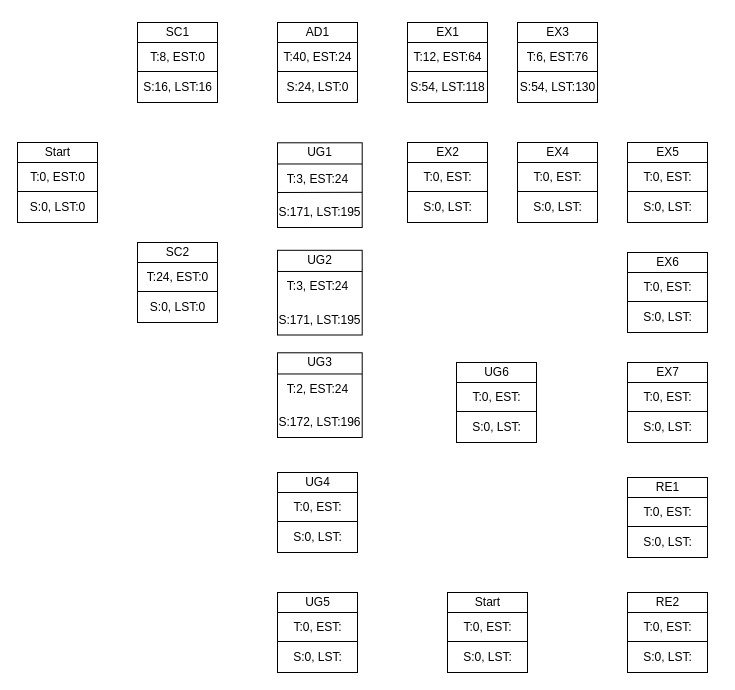
jonamadk/DrawIO keeps this draw.io diagram as CPM.drawio. Above is the earlier version. Source tidied: cells renumbered, new cells numbered last; positions are measured from the earlier drawing's top-left corner, leaving out a move shared by most shapes. Both pictures are drawn from the tidied source at 100%, with x=0, y=0 at pixel (17, 17).
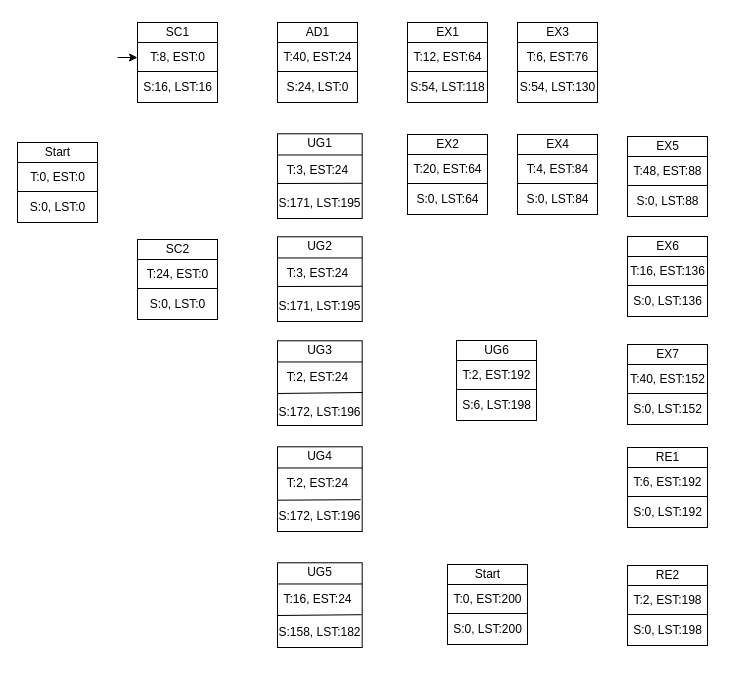
The same page after the edit.

The edit, as a diff of the source:
```diff
@@
     <mxCell id="9" style="group;" parent="1" vertex="1">
-      <mxGeometry x="120" y="220" width="80" height="85" as="geometry" />
+      <mxGeometry x="120" y="217" width="80" height="85" as="geometry" />
     </mxCell>
@@
     <mxCell id="23" style="group;" parent="1" vertex="1">
-      <mxGeometry x="390" y="120" width="80" height="85" as="geometry" />
+      <mxGeometry x="390" y="112" width="85" height="85" as="geometry" />
     </mxCell>
@@
-    <mxCell id="28" value="T:0, EST:" style="text;html=1;align=center;verticalAlign=middle;strokeColor=none;fillColor=none;" parent="23" vertex="1">
-      <mxGeometry x="5" y="25" width="70" height="30" as="geometry" />
+    <mxCell id="28" value="T:20, EST:64" style="text;html=1;align=center;verticalAlign=middle;strokeColor=none;fillColor=none;" parent="23" vertex="1">
+      <mxGeometry x="-5" y="25" width="90" height="30" as="geometry" />
     </mxCell>
-    <mxCell id="29" value="S:0, LST:" style="text;html=1;align=center;verticalAlign=middle;strokeColor=none;fillColor=none;" parent="23" vertex="1">
-      <mxGeometry x="5" y="55" width="70" height="30" as="geometry" />
+    <mxCell id="29" value="S:0, LST:64" style="text;html=1;align=center;verticalAlign=middle;strokeColor=none;fillColor=none;" parent="23" vertex="1">
+      <mxGeometry x="-5" y="55" width="90" height="30" as="geometry" />
     </mxCell>
-    <mxCell id="30" style="group;" parent="1" vertex="1">
-      <mxGeometry x="260" y="570" width="80" height="85" as="geometry" />
-    </mxCell>
-    <mxCell id="31" style="whiteSpace=wrap;html=1;" parent="30" vertex="1">
-      <mxGeometry y="5" width="80" height="80" as="geometry" />
-    </mxCell>
-    <mxCell id="32" style="endArrow=none;html=1;rounded=0;exitX=0;exitY=0.25;exitDx=0;exitDy=0;entryX=1;entryY=0.25;entryDx=0;entryDy=0;" parent="30" edge="1" source="31" target="31">
-      <mxGeometry relative="1" as="geometry" />
-    </mxCell>
-    <mxCell id="33" value="UG5" style="text;html=1;align=center;verticalAlign=middle;strokeColor=none;fillColor=none;" parent="30" vertex="1">
-      <mxGeometry x="15" width="50" height="30" as="geometry" />
-    </mxCell>
-    <mxCell id="34" style="endArrow=none;html=1;rounded=0;exitX=0;exitY=0.75;exitDx=0;exitDy=0;entryX=1;entryY=0.75;entryDx=0;entryDy=0;" parent="30" edge="1">
-      <mxGeometry relative="1" as="geometry">
-        <mxPoint y="54" as="sourcePoint" />
-        <mxPoint x="80" y="54" as="targetPoint" />
-      </mxGeometry>
-    </mxCell>
-    <mxCell id="35" value="T:0, EST:" style="text;html=1;align=center;verticalAlign=middle;strokeColor=none;fillColor=none;" parent="30" vertex="1">
-      <mxGeometry x="5" y="25" width="70" height="30" as="geometry" />
-    </mxCell>
-    <mxCell id="36" value="S:0, LST:" style="text;html=1;align=center;verticalAlign=middle;strokeColor=none;fillColor=none;" parent="30" vertex="1">
-      <mxGeometry x="5" y="55" width="70" height="30" as="geometry" />
-    </mxCell>
-    <mxCell id="37" style="group;" parent="1" vertex="1">
-      <mxGeometry x="260" y="450" width="80" height="85" as="geometry" />
-    </mxCell>
-    <mxCell id="38" style="whiteSpace=wrap;html=1;" parent="37" vertex="1">
-      <mxGeometry y="5" width="80" height="80" as="geometry" />
-    </mxCell>
-    <mxCell id="39" style="endArrow=none;html=1;rounded=0;exitX=0;exitY=0.25;exitDx=0;exitDy=0;entryX=1;entryY=0.25;entryDx=0;entryDy=0;" parent="37" edge="1" source="38" target="38">
-      <mxGeometry relative="1" as="geometry" />
-    </mxCell>
-    <mxCell id="40" value="UG4" style="text;html=1;align=center;verticalAlign=middle;strokeColor=none;fillColor=none;" parent="37" vertex="1">
-      <mxGeometry x="15" width="50" height="30" as="geometry" />
-    </mxCell>
-    <mxCell id="41" style="endArrow=none;html=1;rounded=0;exitX=0;exitY=0.75;exitDx=0;exitDy=0;entryX=1;entryY=0.75;entryDx=0;entryDy=0;" parent="37" edge="1">
-      <mxGeometry relative="1" as="geometry">
-        <mxPoint y="54" as="sourcePoint" />
-        <mxPoint x="80" y="54" as="targetPoint" />
-      </mxGeometry>
-    </mxCell>
-    <mxCell id="42" value="T:0, EST:" style="text;html=1;align=center;verticalAlign=middle;strokeColor=none;fillColor=none;" parent="37" vertex="1">
-      <mxGeometry x="5" y="25" width="70" height="30" as="geometry" />
-    </mxCell>
-    <mxCell id="43" value="S:0, LST:" style="text;html=1;align=center;verticalAlign=middle;strokeColor=none;fillColor=none;" parent="37" vertex="1">
-      <mxGeometry x="5" y="55" width="70" height="30" as="geometry" />
-    </mxCell>
-    <mxCell id="44" style="group;" parent="1" vertex="1">
-      <mxGeometry x="260" y="120" width="110" height="90" as="geometry" />
-    </mxCell>
-    <mxCell id="45" style="whiteSpace=wrap;html=1;" parent="44" vertex="1">
-      <mxGeometry y="5.3" width="84.7" height="84.7" as="geometry" />
-    </mxCell>
-    <mxCell id="46" style="endArrow=none;html=1;rounded=0;exitX=0;exitY=0.25;exitDx=0;exitDy=0;entryX=1;entryY=0.25;entryDx=0;entryDy=0;" parent="44" edge="1" source="45" target="45">
-      <mxGeometry relative="1" as="geometry" />
-    </mxCell>
-    <mxCell id="47" value="UG1" style="text;html=1;align=center;verticalAlign=middle;strokeColor=none;fillColor=none;" parent="44" vertex="1">
-      <mxGeometry x="17.4" width="50" height="30" as="geometry" />
-    </mxCell>
-    <mxCell id="48" value="S:171, LST:195" style="text;html=1;align=center;verticalAlign=middle;strokeColor=none;fillColor=none;" parent="44" vertex="1">
-      <mxGeometry x="-12.6" y="60" width="110" height="30" as="geometry" />
-    </mxCell>
-    <mxCell id="49" value="T:3, EST:24" style="text;html=1;align=center;verticalAlign=middle;strokeColor=none;fillColor=none;" parent="44" vertex="1">
-      <mxGeometry y="26.5" width="80" height="30" as="geometry" />
-    </mxCell>
@@
     <mxCell id="71" style="group;" parent="1" vertex="1">
-      <mxGeometry x="610" y="120" width="80" height="85" as="geometry" />
+      <mxGeometry x="610" y="114" width="85" height="85" as="geometry" />
     </mxCell>
@@
-    <mxCell id="76" value="T:0, EST:" style="text;html=1;align=center;verticalAlign=middle;strokeColor=none;fillColor=none;" parent="71" vertex="1">
-      <mxGeometry x="5" y="25" width="70" height="30" as="geometry" />
+    <mxCell id="76" value="T:48, EST:88" style="text;html=1;align=center;verticalAlign=middle;strokeColor=none;fillColor=none;" parent="71" vertex="1">
+      <mxGeometry x="-5" y="25" width="90" height="30" as="geometry" />
     </mxCell>
-    <mxCell id="77" value="S:0, LST:" style="text;html=1;align=center;verticalAlign=middle;strokeColor=none;fillColor=none;" parent="71" vertex="1">
-      <mxGeometry x="5" y="55" width="70" height="30" as="geometry" />
+    <mxCell id="77" value="S:0, LST:88" style="text;html=1;align=center;verticalAlign=middle;strokeColor=none;fillColor=none;" parent="71" vertex="1">
+      <mxGeometry x="-5" y="55" width="90" height="30" as="geometry" />
     </mxCell>
     <mxCell id="78" style="group;" parent="1" vertex="1">
-      <mxGeometry x="500" y="120" width="80" height="85" as="geometry" />
+      <mxGeometry x="500" y="112" width="85" height="85" as="geometry" />
     </mxCell>
@@
-    <mxCell id="83" value="T:0, EST:" style="text;html=1;align=center;verticalAlign=middle;strokeColor=none;fillColor=none;" parent="78" vertex="1">
-      <mxGeometry x="5" y="25" width="70" height="30" as="geometry" />
+    <mxCell id="83" value="T:4, EST:84" style="text;html=1;align=center;verticalAlign=middle;strokeColor=none;fillColor=none;" parent="78" vertex="1">
+      <mxGeometry y="25" width="80" height="30" as="geometry" />
     </mxCell>
-    <mxCell id="84" value="S:0, LST:" style="text;html=1;align=center;verticalAlign=middle;strokeColor=none;fillColor=none;" parent="78" vertex="1">
-      <mxGeometry x="5" y="55" width="70" height="30" as="geometry" />
+    <mxCell id="84" value="S:0, LST:84" style="text;html=1;align=center;verticalAlign=middle;strokeColor=none;fillColor=none;" parent="78" vertex="1">
+      <mxGeometry x="-5" y="55" width="90" height="30" as="geometry" />
     </mxCell>
     <mxCell id="85" style="group;" parent="1" vertex="1">
-      <mxGeometry x="610" y="570" width="80" height="85" as="geometry" />
+      <mxGeometry x="610" y="543" width="85" height="85" as="geometry" />
     </mxCell>
@@
-    <mxCell id="90" value="T:0, EST:" style="text;html=1;align=center;verticalAlign=middle;strokeColor=none;fillColor=none;" parent="85" vertex="1">
-      <mxGeometry x="5" y="25" width="70" height="30" as="geometry" />
+    <mxCell id="90" value="T:2, EST:198" style="text;html=1;align=center;verticalAlign=middle;strokeColor=none;fillColor=none;" parent="85" vertex="1">
+      <mxGeometry x="-5" y="25" width="90" height="30" as="geometry" />
     </mxCell>
-    <mxCell id="91" value="S:0, LST:" style="text;html=1;align=center;verticalAlign=middle;strokeColor=none;fillColor=none;" parent="85" vertex="1">
-      <mxGeometry x="5" y="55" width="70" height="30" as="geometry" />
+    <mxCell id="91" value="S:0, LST:198" style="text;html=1;align=center;verticalAlign=middle;strokeColor=none;fillColor=none;" parent="85" vertex="1">
+      <mxGeometry x="-5" y="55" width="90" height="30" as="geometry" />
     </mxCell>
     <mxCell id="92" style="group;" parent="1" vertex="1">
-      <mxGeometry x="610" y="455" width="80" height="85" as="geometry" />
+      <mxGeometry x="610" y="425" width="85" height="85" as="geometry" />
     </mxCell>
@@
-    <mxCell id="97" value="T:0, EST:" style="text;html=1;align=center;verticalAlign=middle;strokeColor=none;fillColor=none;" parent="92" vertex="1">
-      <mxGeometry x="5" y="25" width="70" height="30" as="geometry" />
+    <mxCell id="97" value="T:6, EST:192" style="text;html=1;align=center;verticalAlign=middle;strokeColor=none;fillColor=none;" parent="92" vertex="1">
+      <mxGeometry x="-5" y="25" width="90" height="30" as="geometry" />
     </mxCell>
-    <mxCell id="98" value="S:0, LST:" style="text;html=1;align=center;verticalAlign=middle;strokeColor=none;fillColor=none;" parent="92" vertex="1">
-      <mxGeometry x="5" y="55" width="70" height="30" as="geometry" />
+    <mxCell id="98" value="S:0, LST:192" style="text;html=1;align=center;verticalAlign=middle;strokeColor=none;fillColor=none;" parent="92" vertex="1">
+      <mxGeometry x="-5" y="55" width="90" height="30" as="geometry" />
     </mxCell>
     <mxCell id="99" style="group;" parent="1" vertex="1">
-      <mxGeometry x="610" y="340" width="80" height="85" as="geometry" />
+      <mxGeometry x="610" y="322" width="90" height="85" as="geometry" />
     </mxCell>
@@
-    <mxCell id="104" value="T:0, EST:" style="text;html=1;align=center;verticalAlign=middle;strokeColor=none;fillColor=none;" parent="99" vertex="1">
-      <mxGeometry x="5" y="25" width="70" height="30" as="geometry" />
+    <mxCell id="104" value="T:40, EST:152" style="text;html=1;align=center;verticalAlign=middle;strokeColor=none;fillColor=none;" parent="99" vertex="1">
+      <mxGeometry x="-10" y="25" width="100" height="30" as="geometry" />
     </mxCell>
-    <mxCell id="105" value="S:0, LST:" style="text;html=1;align=center;verticalAlign=middle;strokeColor=none;fillColor=none;" parent="99" vertex="1">
-      <mxGeometry x="5" y="55" width="70" height="30" as="geometry" />
+    <mxCell id="105" value="S:0, LST:152" style="text;html=1;align=center;verticalAlign=middle;strokeColor=none;fillColor=none;" parent="99" vertex="1">
+      <mxGeometry x="-5" y="55" width="90" height="30" as="geometry" />
     </mxCell>
     <mxCell id="106" style="group;" parent="1" vertex="1">
-      <mxGeometry x="610" y="230" width="80" height="85" as="geometry" />
+      <mxGeometry x="610" y="214" width="90" height="85" as="geometry" />
     </mxCell>
@@
-    <mxCell id="111" value="T:0, EST:" style="text;html=1;align=center;verticalAlign=middle;strokeColor=none;fillColor=none;" parent="106" vertex="1">
-      <mxGeometry x="5" y="25" width="70" height="30" as="geometry" />
+    <mxCell id="111" value="T:16, EST:136" style="text;html=1;align=center;verticalAlign=middle;strokeColor=none;fillColor=none;" parent="106" vertex="1">
+      <mxGeometry x="-10" y="25" width="100" height="30" as="geometry" />
     </mxCell>
-    <mxCell id="112" value="S:0, LST:" style="text;html=1;align=center;verticalAlign=middle;strokeColor=none;fillColor=none;" parent="106" vertex="1">
-      <mxGeometry x="5" y="55" width="70" height="30" as="geometry" />
+    <mxCell id="112" value="S:0, LST:136" style="text;html=1;align=center;verticalAlign=middle;strokeColor=none;fillColor=none;" parent="106" vertex="1">
+      <mxGeometry x="-5" y="55" width="90" height="30" as="geometry" />
     </mxCell>
     <mxCell id="113" style="group;" parent="1" vertex="1">
-      <mxGeometry x="439" y="340" width="80" height="85" as="geometry" />
+      <mxGeometry x="439" y="318" width="85" height="85" as="geometry" />
     </mxCell>
@@
-    <mxCell id="118" value="T:0, EST:" style="text;html=1;align=center;verticalAlign=middle;strokeColor=none;fillColor=none;" parent="113" vertex="1">
-      <mxGeometry x="5" y="25" width="70" height="30" as="geometry" />
+    <mxCell id="118" value="T:2, EST:192" style="text;html=1;align=center;verticalAlign=middle;strokeColor=none;fillColor=none;" parent="113" vertex="1">
+      <mxGeometry x="-5" y="25" width="90" height="30" as="geometry" />
     </mxCell>
-    <mxCell id="119" value="S:0, LST:" style="text;html=1;align=center;verticalAlign=middle;strokeColor=none;fillColor=none;" parent="113" vertex="1">
-      <mxGeometry x="5" y="55" width="70" height="30" as="geometry" />
+    <mxCell id="119" value="S:6, LST:198" style="text;html=1;align=center;verticalAlign=middle;strokeColor=none;fillColor=none;" parent="113" vertex="1">
+      <mxGeometry x="-5" y="55" width="90" height="30" as="geometry" />
     </mxCell>
     <mxCell id="120" style="group;" parent="1" vertex="1">
-      <mxGeometry x="430" y="570" width="80" height="85" as="geometry" />
+      <mxGeometry x="430" y="542" width="85" height="85" as="geometry" />
     </mxCell>
@@
-    <mxCell id="125" value="T:0, EST:" style="text;html=1;align=center;verticalAlign=middle;strokeColor=none;fillColor=none;" parent="120" vertex="1">
-      <mxGeometry x="5" y="25" width="70" height="30" as="geometry" />
+    <mxCell id="125" value="T:0, EST:200" style="text;html=1;align=center;verticalAlign=middle;strokeColor=none;fillColor=none;" parent="120" vertex="1">
+      <mxGeometry x="-5" y="25" width="90" height="30" as="geometry" />
     </mxCell>
-    <mxCell id="126" value="S:0, LST:" style="text;html=1;align=center;verticalAlign=middle;strokeColor=none;fillColor=none;" parent="120" vertex="1">
-      <mxGeometry x="5" y="55" width="70" height="30" as="geometry" />
+    <mxCell id="126" value="S:0, LST:200" style="text;html=1;align=center;verticalAlign=middle;strokeColor=none;fillColor=none;" parent="120" vertex="1">
+      <mxGeometry x="-5" y="55" width="90" height="30" as="geometry" />
     </mxCell>
-    <mxCell id="127" style="endArrow=none;html=1;rounded=0;entryX=1;entryY=0.75;entryDx=0;entryDy=0;" parent="1" edge="1">
-      <mxGeometry relative="1" as="geometry">
-        <mxPoint x="260" y="175" as="sourcePoint" />
-        <mxPoint x="344.7" y="174.8" as="targetPoint" />
-      </mxGeometry>
-    </mxCell>
-    <mxCell id="128" style="group;" parent="1" vertex="1">
-      <mxGeometry x="260" y="227.5" width="110" height="90" as="geometry" />
-    </mxCell>
-    <mxCell id="129" style="whiteSpace=wrap;html=1;" parent="128" vertex="1">
-      <mxGeometry y="5.3" width="84.7" height="84.7" as="geometry" />
-    </mxCell>
-    <mxCell id="130" style="endArrow=none;html=1;rounded=0;exitX=0;exitY=0.25;exitDx=0;exitDy=0;entryX=1;entryY=0.25;entryDx=0;entryDy=0;" parent="128" edge="1" source="129" target="129">
-      <mxGeometry relative="1" as="geometry" />
-    </mxCell>
-    <mxCell id="131" value="UG2" style="text;html=1;align=center;verticalAlign=middle;strokeColor=none;fillColor=none;" parent="128" vertex="1">
-      <mxGeometry x="17.4" width="50" height="30" as="geometry" />
-    </mxCell>
-    <mxCell id="132" value="S:171, LST:195" style="text;html=1;align=center;verticalAlign=middle;strokeColor=none;fillColor=none;" parent="128" vertex="1">
-      <mxGeometry x="-12.6" y="60" width="110" height="30" as="geometry" />
-    </mxCell>
-    <mxCell id="133" value="T:3, EST:24" style="text;html=1;align=center;verticalAlign=middle;strokeColor=none;fillColor=none;" parent="128" vertex="1">
-      <mxGeometry y="26.5" width="80" height="30" as="geometry" />
-    </mxCell>
     <mxCell id="134" style="group;" parent="1" vertex="1">
-      <mxGeometry x="260" y="330" width="110" height="90" as="geometry" />
+      <mxGeometry x="260" y="318" width="110" height="90" as="geometry" />
     </mxCell>
@@
     <mxCell id="138" value="S:172, LST:196" style="text;html=1;align=center;verticalAlign=middle;strokeColor=none;fillColor=none;" parent="134" vertex="1">
-      <mxGeometry x="-12.6" y="60" width="110" height="30" as="geometry" />
+      <mxGeometry x="-12.6" y="62" width="110" height="30" as="geometry" />
     </mxCell>
@@
+    <mxCell id="140" style="endArrow=none;html=1;rounded=0;exitX=0.115;exitY=0;exitDx=0;exitDy=0;exitPerimeter=0;entryX=0.888;entryY=-0.033;entryDx=0;entryDy=0;entryPerimeter=0;" parent="134" edge="1">
+      <mxGeometry relative="1" as="geometry">
+        <mxPoint y="58" as="sourcePoint" />
+        <mxPoint x="85.1" y="57" as="targetPoint" />
+      </mxGeometry>
+    </mxCell>
+    <mxCell id="141" style="group;" parent="1" vertex="1">
+      <mxGeometry x="260" y="424" width="110" height="90" as="geometry" />
+    </mxCell>
+    <mxCell id="142" style="whiteSpace=wrap;html=1;" parent="141" vertex="1">
+      <mxGeometry y="5.3" width="84.7" height="84.7" as="geometry" />
+    </mxCell>
+    <mxCell id="143" style="endArrow=none;html=1;rounded=0;exitX=0;exitY=0.25;exitDx=0;exitDy=0;entryX=1;entryY=0.25;entryDx=0;entryDy=0;" parent="141" edge="1" source="142" target="142">
+      <mxGeometry relative="1" as="geometry" />
+    </mxCell>
+    <mxCell id="40" value="UG4" style="text;html=1;align=center;verticalAlign=middle;strokeColor=none;fillColor=none;" parent="141" vertex="1">
+      <mxGeometry x="17.4" width="50" height="30" as="geometry" />
+    </mxCell>
+    <mxCell id="144" value="S:172, LST:196" style="text;html=1;align=center;verticalAlign=middle;strokeColor=none;fillColor=none;" parent="141" vertex="1">
+      <mxGeometry x="-12.6" y="60" width="110" height="30" as="geometry" />
+    </mxCell>
+    <mxCell id="145" value="T:2, EST:24" style="text;html=1;align=center;verticalAlign=middle;strokeColor=none;fillColor=none;" parent="141" vertex="1">
+      <mxGeometry y="26.5" width="80" height="30" as="geometry" />
+    </mxCell>
+    <mxCell id="146" style="endArrow=none;html=1;rounded=0;exitX=0.135;exitY=-0.06;exitDx=0;exitDy=0;exitPerimeter=0;entryX=1.04;entryY=1.158;entryDx=0;entryDy=0;entryPerimeter=0;" parent="141" edge="1">
+      <mxGeometry relative="1" as="geometry">
+        <mxPoint y="58.7" as="sourcePoint" />
+        <mxPoint x="83.2" y="58.2" as="targetPoint" />
+      </mxGeometry>
+    </mxCell>
+    <mxCell id="147" style="group;" parent="1" vertex="1">
+      <mxGeometry x="260" y="540" width="110" height="90" as="geometry" />
+    </mxCell>
+    <mxCell id="148" style="whiteSpace=wrap;html=1;" parent="147" vertex="1">
+      <mxGeometry y="5.3" width="84.7" height="84.7" as="geometry" />
+    </mxCell>
+    <mxCell id="149" style="endArrow=none;html=1;rounded=0;exitX=0;exitY=0.25;exitDx=0;exitDy=0;entryX=1;entryY=0.25;entryDx=0;entryDy=0;" parent="147" edge="1" source="148" target="148">
+      <mxGeometry relative="1" as="geometry" />
+    </mxCell>
+    <mxCell id="33" value="UG5&lt;br&gt;" style="text;html=1;align=center;verticalAlign=middle;strokeColor=none;fillColor=none;" parent="147" vertex="1">
+      <mxGeometry x="17.4" width="50" height="30" as="geometry" />
+    </mxCell>
+    <mxCell id="150" value="S:158, LST:182" style="text;html=1;align=center;verticalAlign=middle;strokeColor=none;fillColor=none;" parent="147" vertex="1">
+      <mxGeometry x="-12.6" y="60" width="110" height="30" as="geometry" />
+    </mxCell>
+    <mxCell id="151" value="T:16, EST:24" style="text;html=1;align=center;verticalAlign=middle;strokeColor=none;fillColor=none;" parent="147" vertex="1">
+      <mxGeometry x="-5" y="26.5" width="90" height="30" as="geometry" />
+    </mxCell>
+    <mxCell id="152" style="endArrow=none;html=1;rounded=0;entryX=0.991;entryY=1.091;entryDx=0;entryDy=0;entryPerimeter=0;" parent="147" edge="1">
+      <mxGeometry relative="1" as="geometry">
+        <mxPoint y="58" as="sourcePoint" />
+        <mxPoint x="84.2" y="57.2" as="targetPoint" />
+      </mxGeometry>
+    </mxCell>
+    <mxCell id="153" style="group;" parent="1" vertex="1">
+      <mxGeometry x="260" y="111" width="110" height="90" as="geometry" />
+    </mxCell>
+    <mxCell id="44" style="group;" parent="153" vertex="1">
+      <mxGeometry width="110" height="90" as="geometry" />
+    </mxCell>
+    <mxCell id="45" style="whiteSpace=wrap;html=1;" parent="44" vertex="1">
+      <mxGeometry y="5.3" width="84.7" height="84.7" as="geometry" />
+    </mxCell>
+    <mxCell id="46" style="endArrow=none;html=1;rounded=0;exitX=0;exitY=0.25;exitDx=0;exitDy=0;entryX=1;entryY=0.25;entryDx=0;entryDy=0;" parent="44" edge="1" source="45" target="45">
+      <mxGeometry relative="1" as="geometry" />
+    </mxCell>
+    <mxCell id="47" value="UG1" style="text;html=1;align=center;verticalAlign=middle;strokeColor=none;fillColor=none;" parent="44" vertex="1">
+      <mxGeometry x="17.4" width="50" height="30" as="geometry" />
+    </mxCell>
+    <mxCell id="48" value="S:171, LST:195" style="text;html=1;align=center;verticalAlign=middle;strokeColor=none;fillColor=none;" parent="44" vertex="1">
+      <mxGeometry x="-12.6" y="60" width="110" height="30" as="geometry" />
+    </mxCell>
+    <mxCell id="49" value="T:3, EST:24" style="text;html=1;align=center;verticalAlign=middle;strokeColor=none;fillColor=none;" parent="44" vertex="1">
+      <mxGeometry y="26.5" width="80" height="30" as="geometry" />
+    </mxCell>
+    <mxCell id="127" style="endArrow=none;html=1;rounded=0;entryX=1;entryY=0.75;entryDx=0;entryDy=0;" parent="153" edge="1">
+      <mxGeometry relative="1" as="geometry">
+        <mxPoint y="55" as="sourcePoint" />
+        <mxPoint x="84.7" y="54.8" as="targetPoint" />
+      </mxGeometry>
+    </mxCell>
+    <mxCell id="154" style="group;" parent="1" vertex="1">
+      <mxGeometry x="260" y="214" width="110" height="90" as="geometry" />
+    </mxCell>
+    <mxCell id="155" style="group;" parent="154" vertex="1">
+      <mxGeometry width="110" height="90" as="geometry" />
+    </mxCell>
+    <mxCell id="156" style="whiteSpace=wrap;html=1;" parent="155" vertex="1">
+      <mxGeometry y="5.3" width="84.7" height="84.7" as="geometry" />
+    </mxCell>
+    <mxCell id="157" style="endArrow=none;html=1;rounded=0;exitX=0;exitY=0.25;exitDx=0;exitDy=0;entryX=1;entryY=0.25;entryDx=0;entryDy=0;" parent="155" edge="1" source="156" target="156">
+      <mxGeometry relative="1" as="geometry" />
+    </mxCell>
+    <mxCell id="131" value="UG2" style="text;html=1;align=center;verticalAlign=middle;strokeColor=none;fillColor=none;" parent="155" vertex="1">
+      <mxGeometry x="17.4" width="50" height="30" as="geometry" />
+    </mxCell>
+    <mxCell id="132" value="S:171, LST:195" style="text;html=1;align=center;verticalAlign=middle;strokeColor=none;fillColor=none;" parent="155" vertex="1">
+      <mxGeometry x="-12.6" y="60" width="110" height="30" as="geometry" />
+    </mxCell>
+    <mxCell id="133" value="T:3, EST:24" style="text;html=1;align=center;verticalAlign=middle;strokeColor=none;fillColor=none;" parent="155" vertex="1">
+      <mxGeometry y="26.5" width="80" height="30" as="geometry" />
+    </mxCell>
+    <mxCell id="158" style="endArrow=none;html=1;rounded=0;entryX=1;entryY=0.75;entryDx=0;entryDy=0;" parent="154" edge="1">
+      <mxGeometry relative="1" as="geometry">
+        <mxPoint y="55" as="sourcePoint" />
+        <mxPoint x="84.7" y="54.8" as="targetPoint" />
+      </mxGeometry>
+    </mxCell>
+    <mxCell id="159" style="endArrow=classic;html=1;rounded=0;" parent="1" edge="1">
+      <mxGeometry relative="1" as="geometry">
+        <mxPoint x="100" y="40" as="sourcePoint" />
+        <mxPoint x="120" y="40" as="targetPoint" />
+      </mxGeometry>
+    </mxCell>
```
